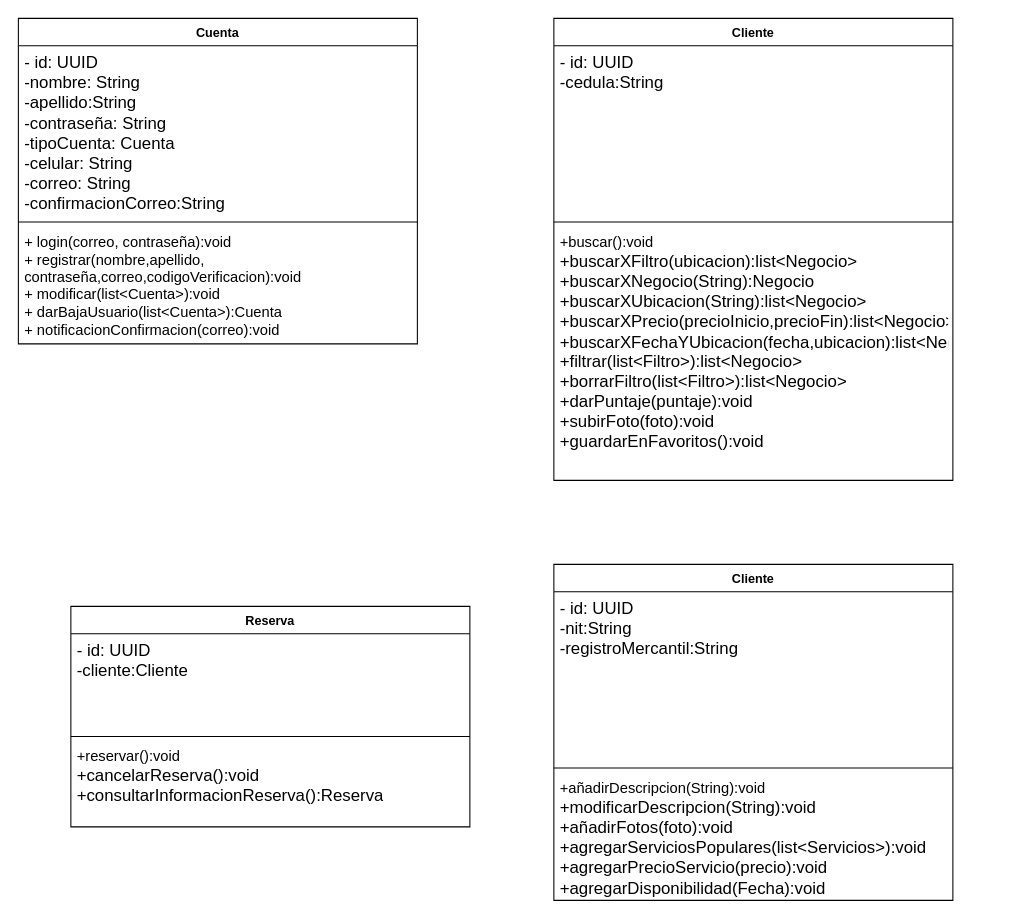
The draw.io diagram ModeloDeDominioFinDo.drawio in ochoa27/FindDo, before the edit. Source tidied: cells renumbered, new cells numbered last; positions are measured from the earlier drawing's top-left corner, leaving out a move shared by most shapes. Both pictures are drawn from the tidied source at 105%, with x=0, y=0 at pixel (18, 18).
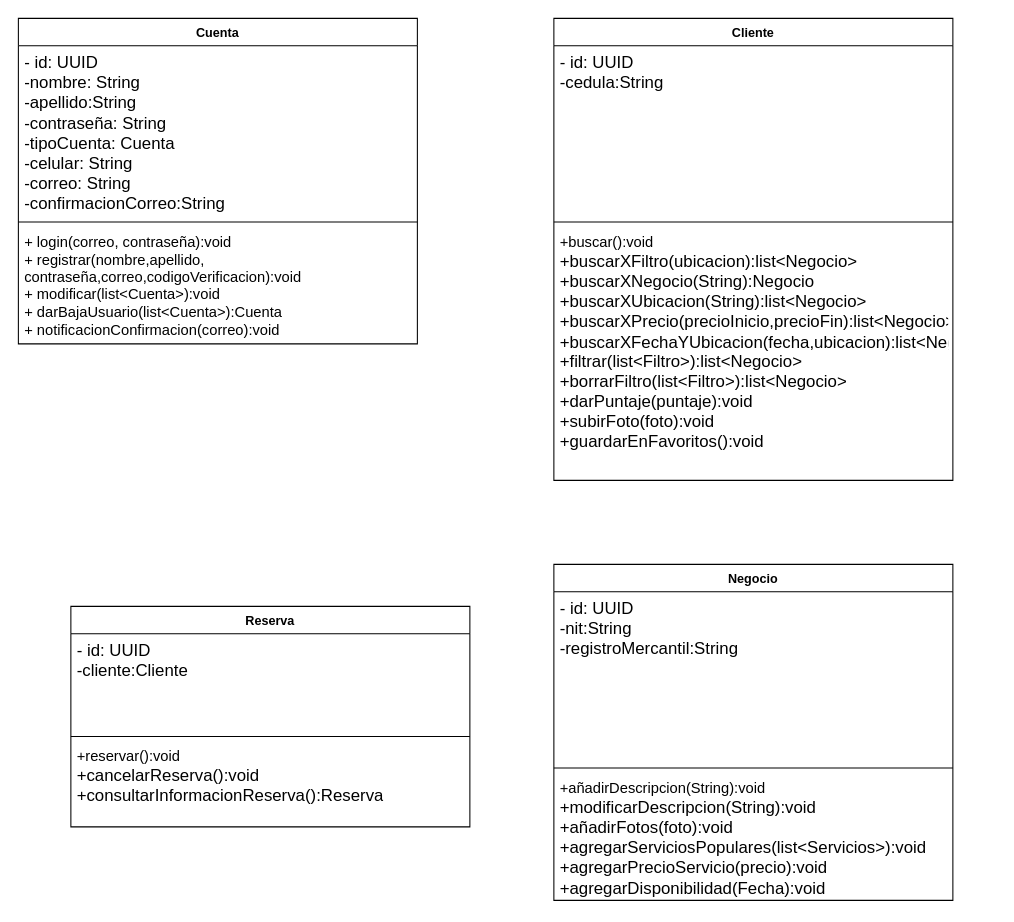
After the change.

Diff of the diagram source:
```diff
@@
 <mxGraphModel>
   <root>
     <mxCell id="0" />
     <mxCell id="1" parent="0" />
     <mxCell id="2" value="Cuenta&lt;div&gt;&lt;br&gt;&lt;/div&gt;&lt;div&gt;&lt;br&gt;&lt;/div&gt;" style="swimlane;fontStyle=1;align=center;verticalAlign=top;horizontal=1;startSize=26;whiteSpace=wrap;html=1;" parent="1" vertex="1">
       <mxGeometry width="380" height="310" as="geometry" />
     </mxCell>
     <mxCell id="3" value="&lt;font style=&quot;font-size: 16px;&quot;&gt;- id: UUID&lt;/font&gt;&lt;div&gt;&lt;font size=&quot;3&quot;&gt;-nombre: String&lt;/font&gt;&lt;/div&gt;&lt;div&gt;&lt;font size=&quot;3&quot;&gt;-apellido:String&lt;/font&gt;&lt;/div&gt;&lt;div&gt;&lt;font size=&quot;3&quot;&gt;-contraseña: String&lt;/font&gt;&lt;/div&gt;&lt;div&gt;&lt;font size=&quot;3&quot;&gt;-tipoCuenta: Cuenta&lt;/font&gt;&lt;/div&gt;&lt;div&gt;&lt;font size=&quot;3&quot;&gt;-celular: String&lt;/font&gt;&lt;/div&gt;&lt;div&gt;&lt;font size=&quot;3&quot;&gt;-correo: String&lt;/font&gt;&lt;/div&gt;&lt;div&gt;&lt;font size=&quot;3&quot;&gt;-confirmacionCorreo:String&lt;/font&gt;&lt;/div&gt;&lt;div&gt;&lt;font size=&quot;3&quot;&gt;&lt;br&gt;&lt;/font&gt;&lt;/div&gt;&lt;div&gt;&lt;br&gt;&lt;/div&gt;&lt;div&gt;&lt;br&gt;&lt;/div&gt;" style="text;strokeColor=none;fillColor=none;align=left;verticalAlign=top;spacingLeft=4;spacingRight=4;overflow=hidden;whiteSpace=wrap;html=1;" parent="2" vertex="1">
       <mxGeometry y="26" width="380" height="164" as="geometry" />
     </mxCell>
     <mxCell id="4" style="line;strokeWidth=1;fillColor=none;align=left;verticalAlign=middle;spacingTop=-1;spacingLeft=3;spacingRight=3;labelPosition=right;strokeColor=inherit;" parent="2" vertex="1">
       <mxGeometry y="190" width="380" height="8" as="geometry" />
     </mxCell>
     <mxCell id="5" value="&lt;font style=&quot;font-size: 14px;&quot;&gt;+ login(correo, contraseña):void&lt;br&gt;+ registrar(nombre,apellido, contraseña,correo,codigoVerificacion):void&lt;br&gt;+ modificar(list&amp;lt;Cuenta&amp;gt;):void&lt;br&gt;+ darBajaUsuario(list&amp;lt;Cuenta&amp;gt;):Cuenta&lt;br&gt;+ notificacionConfirmacion(correo):void&lt;/font&gt;" style="text;strokeColor=none;fillColor=none;align=left;verticalAlign=top;spacingLeft=4;spacingRight=4;overflow=hidden;whiteSpace=wrap;html=1;" parent="2" vertex="1">
       <mxGeometry y="198" width="380" height="112" as="geometry" />
     </mxCell>
     <mxCell id="6" value="&lt;div&gt;Cliente&lt;/div&gt;" style="swimlane;fontStyle=1;align=center;verticalAlign=top;horizontal=1;startSize=26;whiteSpace=wrap;html=1;" parent="1" vertex="1">
       <mxGeometry x="510" width="380" height="440" as="geometry" />
     </mxCell>
     <mxCell id="7" value="&lt;span style=&quot;font-size: 16px;&quot;&gt;- id: UUID&lt;/span&gt;&lt;div&gt;&lt;span style=&quot;font-size: 16px;&quot;&gt;-cedula:String&lt;/span&gt;&lt;/div&gt;&lt;div&gt;&lt;span style=&quot;font-size: 16px;&quot;&gt;&lt;br&gt;&lt;/span&gt;&lt;/div&gt;" style="text;strokeColor=none;fillColor=none;align=left;verticalAlign=top;spacingLeft=4;spacingRight=4;overflow=hidden;whiteSpace=wrap;html=1;" parent="6" vertex="1">
       <mxGeometry y="26" width="380" height="164" as="geometry" />
     </mxCell>
     <mxCell id="8" style="line;strokeWidth=1;fillColor=none;align=left;verticalAlign=middle;spacingTop=-1;spacingLeft=3;spacingRight=3;labelPosition=right;strokeColor=inherit;" parent="6" vertex="1">
       <mxGeometry y="190" width="380" height="8" as="geometry" />
     </mxCell>
     <mxCell id="9" value="&lt;font style=&quot;font-size: 14px;&quot;&gt;+buscar():void&lt;/font&gt;&lt;div&gt;&lt;font size=&quot;3&quot;&gt;+buscarXFiltro(ubicacion):list&amp;lt;Negocio&amp;gt;&lt;/font&gt;&lt;/div&gt;&lt;div&gt;&lt;font size=&quot;3&quot;&gt;+buscarXNegocio(String):Negocio&lt;/font&gt;&lt;/div&gt;&lt;div&gt;&lt;font size=&quot;3&quot;&gt;+buscarXUbicacion(String):&lt;span style=&quot;background-color: initial;&quot;&gt;list&amp;lt;Negocio&amp;gt;&lt;/span&gt;&lt;/font&gt;&lt;/div&gt;&lt;div&gt;&lt;font size=&quot;3&quot;&gt;&lt;span style=&quot;background-color: initial;&quot;&gt;+buscarXPrecio(precioInicio,precioFin):&lt;/span&gt;&lt;span style=&quot;background-color: initial;&quot;&gt;list&amp;lt;Negocio&amp;gt;&lt;/span&gt;&lt;/font&gt;&lt;/div&gt;&lt;div&gt;&lt;font size=&quot;3&quot;&gt;&lt;span style=&quot;background-color: initial;&quot;&gt;+buscarXFechaYUbicacion(fecha,ubicacion):&lt;/span&gt;&lt;span style=&quot;background-color: initial;&quot;&gt;list&amp;lt;Negocio&amp;gt;&lt;/span&gt;&lt;/font&gt;&lt;/div&gt;&lt;div&gt;&lt;font size=&quot;3&quot;&gt;&lt;span style=&quot;background-color: initial;&quot;&gt;+filtrar(&lt;/span&gt;&lt;span style=&quot;background-color: initial;&quot;&gt;list&amp;lt;Filtro&amp;gt;&lt;/span&gt;&lt;span style=&quot;background-color: initial;&quot;&gt;):&lt;/span&gt;&lt;span style=&quot;background-color: initial;&quot;&gt;list&amp;lt;Negocio&amp;gt;&lt;/span&gt;&lt;/font&gt;&lt;/div&gt;&lt;div&gt;&lt;font size=&quot;3&quot;&gt;&lt;span style=&quot;background-color: initial;&quot;&gt;+borrarFiltro(&lt;/span&gt;&lt;span style=&quot;background-color: initial;&quot;&gt;list&amp;lt;Filtro&amp;gt;&lt;/span&gt;&lt;span style=&quot;background-color: initial;&quot;&gt;):&lt;/span&gt;&lt;span style=&quot;background-color: initial;&quot;&gt;list&amp;lt;Negocio&amp;gt;&lt;/span&gt;&lt;/font&gt;&lt;/div&gt;&lt;div&gt;&lt;span style=&quot;background-color: initial;&quot;&gt;&lt;font size=&quot;3&quot;&gt;+darPuntaje(puntaje):void&lt;/font&gt;&lt;/span&gt;&lt;/div&gt;&lt;div&gt;&lt;span style=&quot;background-color: initial;&quot;&gt;&lt;font size=&quot;3&quot;&gt;+subirFoto(foto):void&lt;/font&gt;&lt;/span&gt;&lt;/div&gt;&lt;div&gt;&lt;span style=&quot;background-color: initial;&quot;&gt;&lt;font size=&quot;3&quot;&gt;+guardarEnFavoritos():void&lt;/font&gt;&lt;/span&gt;&lt;/div&gt;" style="text;strokeColor=none;fillColor=none;align=left;verticalAlign=top;spacingLeft=4;spacingRight=4;overflow=hidden;whiteSpace=wrap;html=1;" parent="6" vertex="1">
       <mxGeometry y="198" width="380" height="242" as="geometry" />
     </mxCell>
-    <mxCell id="10" value="&lt;div&gt;Cliente&lt;/div&gt;" style="swimlane;fontStyle=1;align=center;verticalAlign=top;horizontal=1;startSize=26;whiteSpace=wrap;html=1;" parent="1" vertex="1">
+    <mxCell id="10" value="&lt;div&gt;Negocio&lt;/div&gt;&lt;div&gt;&lt;br&gt;&lt;/div&gt;" style="swimlane;fontStyle=1;align=center;verticalAlign=top;horizontal=1;startSize=26;whiteSpace=wrap;html=1;" parent="1" vertex="1">
       <mxGeometry x="510" y="520" width="380" height="320" as="geometry" />
     </mxCell>
     <mxCell id="11" value="&lt;span style=&quot;font-size: 16px;&quot;&gt;- id: UUID&lt;/span&gt;&lt;div&gt;&lt;span style=&quot;font-size: 16px;&quot;&gt;-nit:String&lt;/span&gt;&lt;/div&gt;&lt;div&gt;&lt;span style=&quot;font-size: 16px;&quot;&gt;-registroMercantil:String&lt;/span&gt;&lt;/div&gt;&lt;div&gt;&lt;span style=&quot;font-size: 16px;&quot;&gt;&lt;br&gt;&lt;/span&gt;&lt;/div&gt;" style="text;strokeColor=none;fillColor=none;align=left;verticalAlign=top;spacingLeft=4;spacingRight=4;overflow=hidden;whiteSpace=wrap;html=1;" parent="10" vertex="1">
       <mxGeometry y="26" width="380" height="164" as="geometry" />
     </mxCell>
     <mxCell id="12" style="line;strokeWidth=1;fillColor=none;align=left;verticalAlign=middle;spacingTop=-1;spacingLeft=3;spacingRight=3;labelPosition=right;strokeColor=inherit;" parent="10" vertex="1">
       <mxGeometry y="190" width="380" height="8" as="geometry" />
     </mxCell>
     <mxCell id="13" value="&lt;font style=&quot;font-size: 14px;&quot;&gt;+añadirDescripcion(String):void&lt;/font&gt;&lt;div&gt;&lt;font size=&quot;3&quot;&gt;+modificarDescripcion(String):void&lt;/font&gt;&lt;/div&gt;&lt;div&gt;&lt;font size=&quot;3&quot;&gt;+añadirFotos(foto):void&lt;/font&gt;&lt;/div&gt;&lt;div&gt;&lt;font size=&quot;3&quot;&gt;+agregarServiciosPopulares(list&amp;lt;Servicios&amp;gt;):void&lt;/font&gt;&lt;/div&gt;&lt;div&gt;&lt;font size=&quot;3&quot;&gt;&lt;span style=&quot;background-color: initial;&quot;&gt;+agregarPrecioServicio(precio):void&lt;/span&gt;&lt;/font&gt;&lt;/div&gt;&lt;div&gt;&lt;font size=&quot;3&quot;&gt;&lt;span style=&quot;background-color: initial;&quot;&gt;+agregarDisponibilidad(Fecha):void&lt;/span&gt;&lt;/font&gt;&lt;/div&gt;&lt;div&gt;&lt;br&gt;&lt;/div&gt;" style="text;strokeColor=none;fillColor=none;align=left;verticalAlign=top;spacingLeft=4;spacingRight=4;overflow=hidden;whiteSpace=wrap;html=1;" parent="10" vertex="1">
       <mxGeometry y="198" width="380" height="122" as="geometry" />
     </mxCell>
     <mxCell id="14" value="&lt;div&gt;Reserva&lt;/div&gt;" style="swimlane;fontStyle=1;align=center;verticalAlign=top;horizontal=1;startSize=26;whiteSpace=wrap;html=1;" parent="1" vertex="1">
       <mxGeometry x="50" y="560" width="380" height="210" as="geometry" />
     </mxCell>
     <mxCell id="15" value="&lt;span style=&quot;font-size: 16px;&quot;&gt;- id: UUID&lt;/span&gt;&lt;div&gt;&lt;span style=&quot;font-size: 16px;&quot;&gt;-cliente:Cliente&lt;/span&gt;&lt;/div&gt;" style="text;strokeColor=none;fillColor=none;align=left;verticalAlign=top;spacingLeft=4;spacingRight=4;overflow=hidden;whiteSpace=wrap;html=1;" parent="14" vertex="1">
       <mxGeometry y="26" width="380" height="94" as="geometry" />
     </mxCell>
     <mxCell id="16" style="line;strokeWidth=1;fillColor=none;align=left;verticalAlign=middle;spacingTop=-1;spacingLeft=3;spacingRight=3;labelPosition=right;strokeColor=inherit;" parent="14" vertex="1">
       <mxGeometry y="120" width="380" height="8" as="geometry" />
     </mxCell>
     <mxCell id="17" value="&lt;div&gt;&lt;font style=&quot;font-size: 14px;&quot;&gt;+reservar():void&lt;/font&gt;&lt;/div&gt;&lt;div&gt;&lt;font size=&quot;3&quot;&gt;+cancelarReserva():void&lt;/font&gt;&lt;/div&gt;&lt;div&gt;&lt;font size=&quot;3&quot;&gt;+consultarInformacionReserva():Reserva&lt;/font&gt;&lt;/div&gt;" style="text;strokeColor=none;fillColor=none;align=left;verticalAlign=top;spacingLeft=4;spacingRight=4;overflow=hidden;whiteSpace=wrap;html=1;" parent="14" vertex="1">
       <mxGeometry y="128" width="380" height="82" as="geometry" />
     </mxCell>
   </root>
 </mxGraphModel>
```
